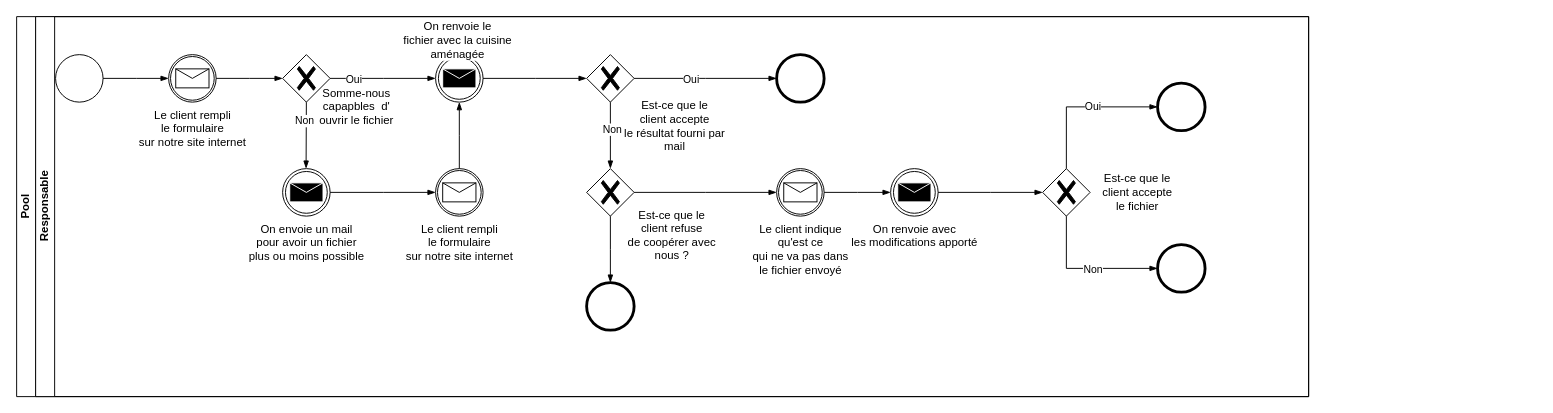
Above: Livraison.drawio in quemet/Draw.io (draw.io), before the change. Source tidied: cells renumbered, new cells numbered last; positions are measured from the earlier drawing's top-left corner, leaving out a move shared by most shapes. Both pictures are drawn from the tidied source at 95%, with x=0, y=0 at pixel (16, 16).
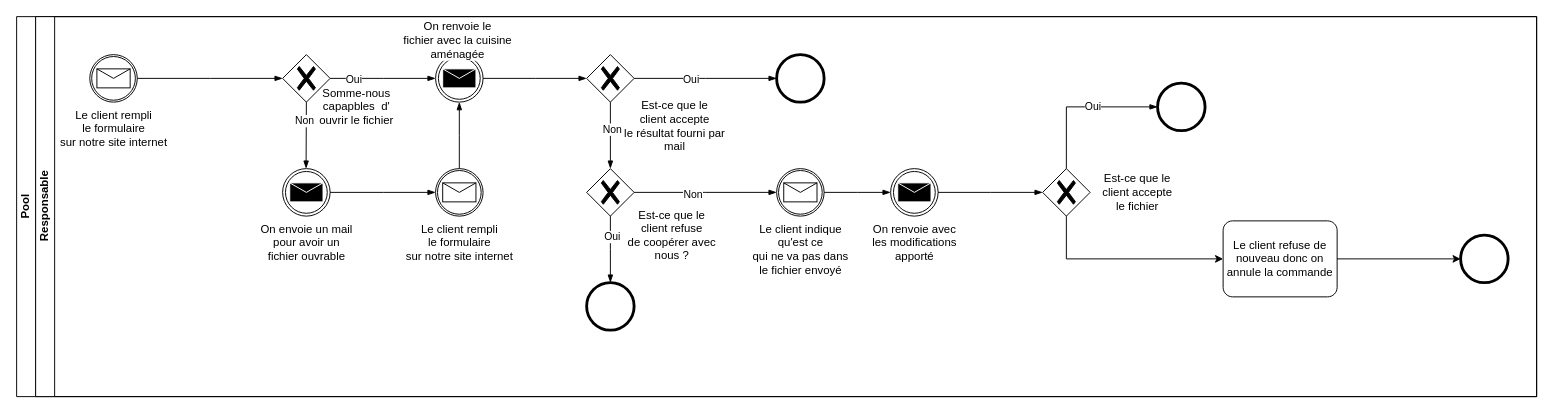
After the change.

Commit message:
Mettre à jour Livraison.drawio

Unchanged cells that the change refers to:
```xml
<mxCell id="7" style="points=[[0.25,0.25,0],[0.5,0,0],[0.75,0.25,0],[1,0.5,0],[0.75,0.75,0],[0.5,1,0],[0.25,0.75,0],[0,0.5,0]];shape=mxgraph.bpmn.gateway2;html=1;verticalLabelPosition=bottom;labelBackgroundColor=#ffffff;verticalAlign=top;align=center;perimeter=rhombusPerimeter;outlineConnect=0;outline=none;symbol=none;gwType=exclusive;" parent="3" vertex="1">
  <mxGeometry x="580" y="160" width="50" height="50" as="geometry" />
</mxCell>
<mxCell id="10" style="points=[[0.145,0.145,0],[0.5,0,0],[0.855,0.145,0],[1,0.5,0],[0.855,0.855,0],[0.5,1,0],[0.145,0.855,0],[0,0.5,0]];shape=mxgraph.bpmn.event;html=1;verticalLabelPosition=bottom;labelBackgroundColor=#ffffff;verticalAlign=top;align=center;perimeter=ellipsePerimeter;outlineConnect=0;outline=end;symbol=terminate2;" parent="3" vertex="1">
  <mxGeometry x="580" y="280" width="50" height="50" as="geometry" />
</mxCell>
<mxCell id="13" style="points=[[0.25,0.25,0],[0.5,0,0],[0.75,0.25,0],[1,0.5,0],[0.75,0.75,0],[0.5,1,0],[0.25,0.75,0],[0,0.5,0]];shape=mxgraph.bpmn.gateway2;html=1;verticalLabelPosition=bottom;labelBackgroundColor=#ffffff;verticalAlign=top;align=center;perimeter=rhombusPerimeter;outlineConnect=0;outline=none;symbol=none;gwType=exclusive;" parent="3" vertex="1">
  <mxGeometry x="1060" y="160" width="50" height="50" as="geometry" />
</mxCell>
<mxCell id="30" style="edgeStyle=elbowEdgeStyle;fontSize=12;html=1;endArrow=blockThin;endFill=1;rounded=0;exitX=1;exitY=0.5;exitDx=0;exitDy=0;exitPerimeter=0;entryX=0;entryY=0.5;entryDx=0;entryDy=0;entryPerimeter=0;" parent="3" edge="1" source="7" target="11">
  <mxGeometry relative="1" as="geometry" />
</mxCell>
```

Diff of the diagram source:
```diff
@@
     <mxCell id="2" value="Pool" style="swimlane;html=1;horizontal=0;startSize=20;whiteSpace=wrap;" parent="1" vertex="1">
-      <mxGeometry width="1360" height="400" as="geometry" />
+      <mxGeometry width="1600" height="400" as="geometry" />
     </mxCell>
     <mxCell id="3" value="Responsable" style="swimlane;html=1;startSize=20;horizontal=0;" parent="1" vertex="1">
-      <mxGeometry x="20" width="1340" height="400" as="geometry" />
+      <mxGeometry x="20" width="1580" height="400" as="geometry" />
     </mxCell>
-    <mxCell id="4" style="points=[[0.145,0.145,0],[0.5,0,0],[0.855,0.145,0],[1,0.5,0],[0.855,0.855,0],[0.5,1,0],[0.145,0.855,0],[0,0.5,0]];shape=mxgraph.bpmn.event;html=1;verticalLabelPosition=bottom;labelBackgroundColor=#ffffff;verticalAlign=top;align=center;perimeter=ellipsePerimeter;outlineConnect=0;outline=standard;symbol=general;" parent="3" vertex="1">
-      <mxGeometry x="21" y="40" width="50" height="50" as="geometry" />
-    </mxCell>
@@
     <mxCell id="6" value="Le client rempli &lt;br&gt;le formulaire &lt;br&gt;sur notre site internet" style="points=[[0.145,0.145,0],[0.5,0,0],[0.855,0.145,0],[1,0.5,0],[0.855,0.855,0],[0.5,1,0],[0.145,0.855,0],[0,0.5,0]];shape=mxgraph.bpmn.event;html=1;verticalLabelPosition=bottom;labelBackgroundColor=#ffffff;verticalAlign=top;align=center;perimeter=ellipsePerimeter;outlineConnect=0;outline=catching;symbol=message;" parent="3" vertex="1">
-      <mxGeometry x="140" y="40" width="50" height="50" as="geometry" />
+      <mxGeometry x="57" y="40" width="50" height="50" as="geometry" />
     </mxCell>
@@
-    <mxCell id="12" value="On renvoie avec &lt;br&gt;les modifications apporté" style="points=[[0.145,0.145,0],[0.5,0,0],[0.855,0.145,0],[1,0.5,0],[0.855,0.855,0],[0.5,1,0],[0.145,0.855,0],[0,0.5,0]];shape=mxgraph.bpmn.event;html=1;verticalLabelPosition=bottom;labelBackgroundColor=#ffffff;verticalAlign=top;align=center;perimeter=ellipsePerimeter;outlineConnect=0;outline=throwing;symbol=message;" parent="3" vertex="1">
+    <mxCell id="12" value="On renvoie avec &lt;br&gt;les modifications &lt;br&gt;apporté" style="points=[[0.145,0.145,0],[0.5,0,0],[0.855,0.145,0],[1,0.5,0],[0.855,0.855,0],[0.5,1,0],[0.145,0.855,0],[0,0.5,0]];shape=mxgraph.bpmn.event;html=1;verticalLabelPosition=bottom;labelBackgroundColor=#ffffff;verticalAlign=top;align=center;perimeter=ellipsePerimeter;outlineConnect=0;outline=throwing;symbol=message;" parent="3" vertex="1">
       <mxGeometry x="900" y="160" width="50" height="50" as="geometry" />
     </mxCell>
+    <mxCell id="45" style="edgeStyle=orthogonalEdgeStyle;rounded=0;jettySize=auto;html=1;entryX=0;entryY=0.5;entryDx=0;entryDy=0;entryPerimeter=0;exitX=0.5;exitY=1;exitDx=0;exitDy=0;exitPerimeter=0;" parent="3" edge="1" source="13" target="47">
+      <mxGeometry relative="1" as="geometry">
+        <Array as="points">
+          <mxPoint x="1085" y="255" />
+        </Array>
+      </mxGeometry>
+    </mxCell>
@@
     <mxCell id="15" style="points=[[0.145,0.145,0],[0.5,0,0],[0.855,0.145,0],[1,0.5,0],[0.855,0.855,0],[0.5,1,0],[0.145,0.855,0],[0,0.5,0]];shape=mxgraph.bpmn.event;html=1;verticalLabelPosition=bottom;labelBackgroundColor=#ffffff;verticalAlign=top;align=center;perimeter=ellipsePerimeter;outlineConnect=0;outline=end;symbol=terminate2;" parent="3" vertex="1">
-      <mxGeometry x="1181" y="240" width="50" height="50" as="geometry" />
+      <mxGeometry x="1500" y="230" width="50" height="50" as="geometry" />
     </mxCell>
@@
-    <mxCell id="17" value="On envoie un mail &lt;br&gt;pour avoir un fichier &lt;br&gt;plus ou moins possible" style="points=[[0.145,0.145,0],[0.5,0,0],[0.855,0.145,0],[1,0.5,0],[0.855,0.855,0],[0.5,1,0],[0.145,0.855,0],[0,0.5,0]];shape=mxgraph.bpmn.event;html=1;verticalLabelPosition=bottom;labelBackgroundColor=#ffffff;verticalAlign=top;align=center;perimeter=ellipsePerimeter;outlineConnect=0;outline=throwing;symbol=message;" parent="3" vertex="1">
+    <mxCell id="17" value="On envoie un mail &lt;br&gt;pour avoir un &lt;br&gt;fichier ouvrable" style="points=[[0.145,0.145,0],[0.5,0,0],[0.855,0.145,0],[1,0.5,0],[0.855,0.855,0],[0.5,1,0],[0.145,0.855,0],[0,0.5,0]];shape=mxgraph.bpmn.event;html=1;verticalLabelPosition=bottom;labelBackgroundColor=#ffffff;verticalAlign=top;align=center;perimeter=ellipsePerimeter;outlineConnect=0;outline=throwing;symbol=message;" parent="3" vertex="1">
       <mxGeometry x="260" y="160" width="50" height="50" as="geometry" />
     </mxCell>
-    <mxCell id="18" style="edgeStyle=elbowEdgeStyle;fontSize=12;html=1;endArrow=blockThin;endFill=1;rounded=0;entryX=0;entryY=0.5;entryDx=0;entryDy=0;entryPerimeter=0;exitX=1;exitY=0.5;exitDx=0;exitDy=0;exitPerimeter=0;" parent="3" edge="1" source="4" target="6">
-      <mxGeometry relative="1" as="geometry" />
-    </mxCell>
@@
-    <mxCell id="29" style="edgeStyle=elbowEdgeStyle;fontSize=12;html=1;endArrow=blockThin;endFill=1;rounded=0;exitX=0.5;exitY=1;exitDx=0;exitDy=0;exitPerimeter=0;entryX=0.5;entryY=0;entryDx=0;entryDy=0;entryPerimeter=0;" parent="3" edge="1" source="7" target="10">
+    <mxCell id="29" style="edgeStyle=elbowEdgeStyle;fontSize=12;html=1;endArrow=blockThin;endFill=1;rounded=0;exitX=0.5;exitY=1;exitDx=0;exitDy=0;exitPerimeter=0;entryX=0.5;entryY=0;entryDx=0;entryDy=0;entryPerimeter=0;elbow=vertical;" parent="3" edge="1" source="7" target="10">
       <mxGeometry relative="1" as="geometry" />
     </mxCell>
+    <mxCell id="46" value="Oui" style="edgeLabel;html=1;align=center;verticalAlign=middle;" parent="29" vertex="1">
+      <mxGeometry x="-0.4" y="1" relative="1" as="geometry" />
+    </mxCell>
@@
+    <mxCell id="36" value="Non" style="edgeLabel;html=1;align=center;verticalAlign=middle;" parent="30" vertex="1">
+      <mxGeometry x="-0.19" y="-1" relative="1" as="geometry" />
+    </mxCell>
@@
-    <mxCell id="35" style="edgeStyle=elbowEdgeStyle;fontSize=12;html=1;endArrow=blockThin;endFill=1;rounded=0;exitX=0.5;exitY=1;exitDx=0;exitDy=0;exitPerimeter=0;entryX=0;entryY=0.5;entryDx=0;entryDy=0;entryPerimeter=0;" parent="3" edge="1" source="13" target="15">
-      <mxGeometry relative="1" as="geometry">
-        <Array as="points">
-          <mxPoint x="1085" y="240" />
-        </Array>
-      </mxGeometry>
-    </mxCell>
-    <mxCell id="36" value="Non" style="edgeLabel;html=1;align=center;verticalAlign=middle;" parent="35" vertex="1">
-      <mxGeometry x="0.09" relative="1" as="geometry" />
-    </mxCell>
@@
+    <mxCell id="47" value="Le client refuse de nouveau donc on annule la commande" style="points=[[0.25,0,0],[0.5,0,0],[0.75,0,0],[1,0.25,0],[1,0.5,0],[1,0.75,0],[0.75,1,0],[0.5,1,0],[0.25,1,0],[0,0.75,0],[0,0.5,0],[0,0.25,0]];shape=mxgraph.bpmn.task;whiteSpace=wrap;rectStyle=rounded;size=10;html=1;taskMarker=abstract;" parent="3" vertex="1">
+      <mxGeometry x="1250" y="215" width="120" height="80" as="geometry" />
+    </mxCell>
+    <mxCell id="48" style="endArrow=classic;html=1;rounded=0;exitX=1;exitY=0.5;exitDx=0;exitDy=0;exitPerimeter=0;entryX=0;entryY=0.5;entryDx=0;entryDy=0;entryPerimeter=0;" parent="3" edge="1" source="47" target="15">
+      <mxGeometry relative="1" as="geometry" />
+    </mxCell>
```
